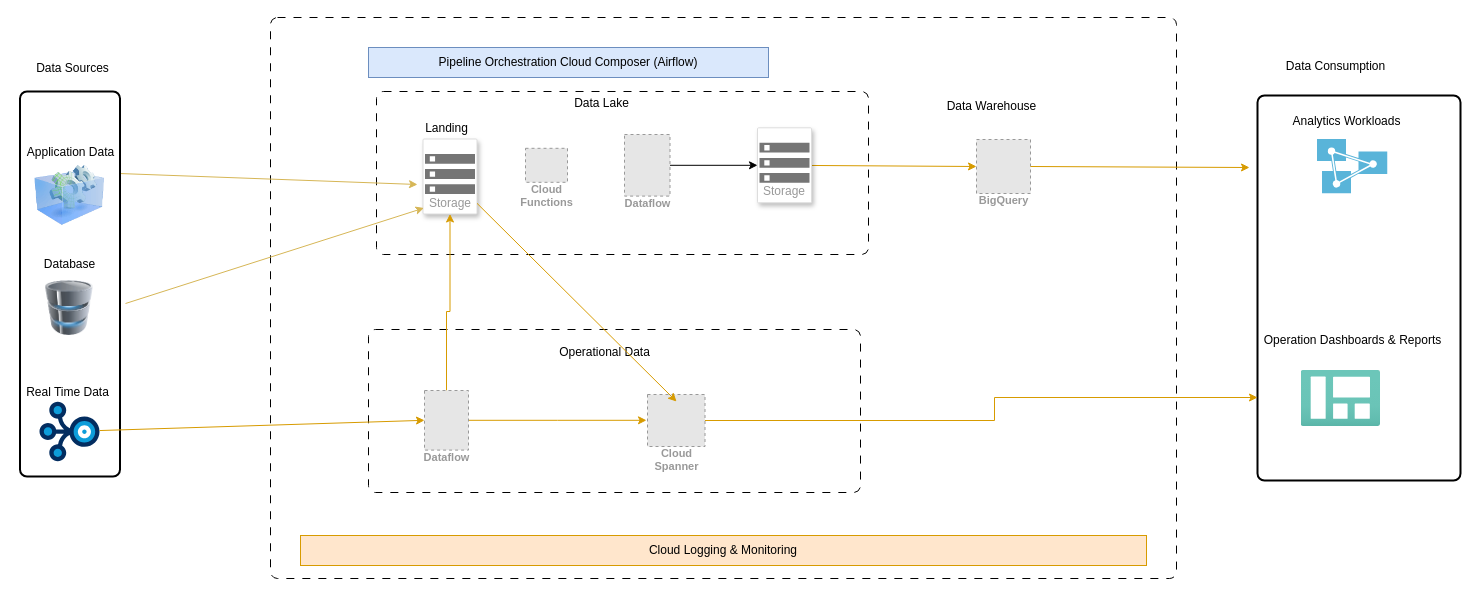
AbhishekU-Data/Data_Architecture keeps this draw.io diagram as DA_Operations_N_Analytics.drawio. Above is the earlier version. Source tidied: cells renumbered, new cells numbered last; positions are measured from the earlier drawing's top-left corner, leaving out a move shared by most shapes. Both pictures are drawn from the tidied source at 100%, with x=0, y=0 at pixel (17, 17). Pictures stored in the file or linked from it are replaced by grey dashed boxes.
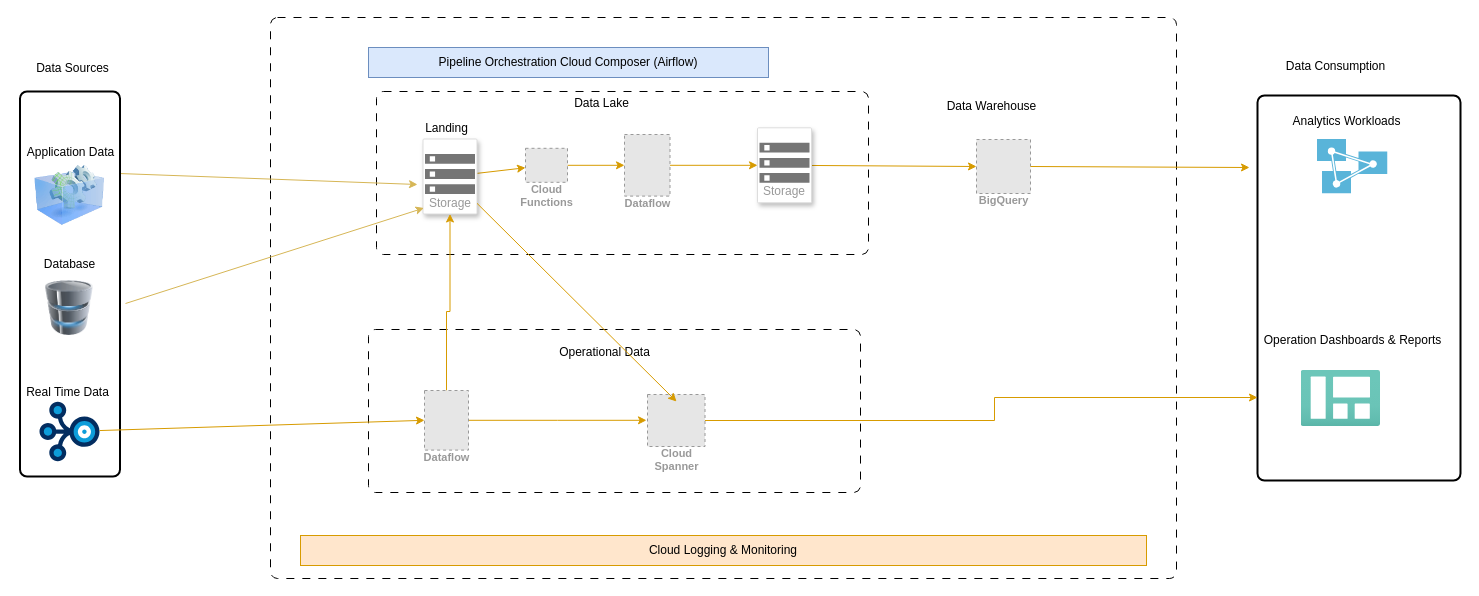
The same diagram, later.

Unchanged cells that the change refers to:
```xml
<mxCell id="16" value="Storage" style="strokeColor=#dddddd;shadow=1;strokeWidth=1;rounded=1;absoluteArcSize=1;arcSize=2;labelPosition=center;verticalLabelPosition=middle;align=center;verticalAlign=bottom;spacingLeft=0;fontColor=#999999;fontSize=12;whiteSpace=wrap;spacingBottom=2;html=1;" parent="1" vertex="1">
  <mxGeometry x="405.5" y="121.5" width="54" height="75" as="geometry" />
</mxCell>
<mxCell id="24" value="Storage" style="strokeColor=#dddddd;shadow=1;strokeWidth=1;rounded=1;absoluteArcSize=1;arcSize=2;labelPosition=center;verticalLabelPosition=middle;align=center;verticalAlign=bottom;spacingLeft=0;fontColor=#999999;fontSize=12;whiteSpace=wrap;spacingBottom=2;html=1;" parent="1" vertex="1">
  <mxGeometry x="740" y="110.3" width="54" height="75" as="geometry" />
</mxCell>
<mxCell id="27" value="Dataflow" style="fillColor=#E6E6E6;strokeColor=#999999;dashed=1;html=1;verticalAlign=top;labelPosition=center;verticalLabelPosition=bottom;align=center;spacingTop=-6;fontSize=11;fontStyle=1;fontColor=#999999;" parent="1" vertex="1">
  <mxGeometry x="607" y="117" width="45.5" height="61.6" as="geometry" />
</mxCell>
<mxCell id="29" value="Cloud&#10;Functions" style="fillColor=#E6E6E6;strokeColor=#999999;dashed=1;html=1;verticalAlign=top;labelPosition=center;verticalLabelPosition=bottom;align=center;spacingTop=-6;fontSize=11;fontStyle=1;fontColor=#999999;" parent="1" vertex="1">
  <mxGeometry x="508" y="130.8" width="42" height="34" as="geometry" />
</mxCell>
```

Change to the diagram source:
```diff
@@
-    <mxCell id="15" style="edgeStyle=none;rounded=0;jettySize=auto;html=1;entryX=0;entryY=0.5;entryDx=0;entryDy=0;" parent="1" edge="1" source="27" target="24">
+    <mxCell id="15" style="edgeStyle=none;rounded=0;jettySize=auto;html=1;entryX=0;entryY=0.5;entryDx=0;entryDy=0;fillColor=#ffe6cc;strokeColor=#d79b00;" parent="1" edge="1" source="27" target="24">
       <mxGeometry relative="1" as="geometry" />
     </mxCell>
+    <mxCell id="45" style="edgeStyle=none;rounded=0;jettySize=auto;html=1;fillColor=#ffe6cc;strokeColor=#d79b00;" parent="1" edge="1" source="16" target="29">
+      <mxGeometry relative="1" as="geometry" />
+    </mxCell>
@@
+    <mxCell id="46" style="edgeStyle=none;rounded=0;jettySize=auto;html=1;fillColor=#ffe6cc;strokeColor=#d79b00;" parent="1" edge="1" source="29" target="27">
+      <mxGeometry relative="1" as="geometry" />
+    </mxCell>
```
